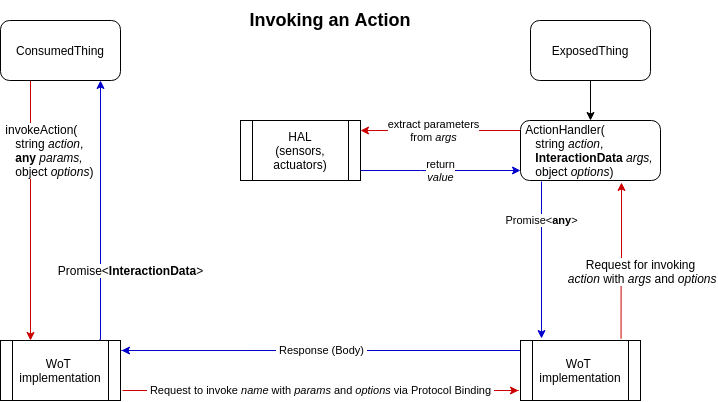
The draw.io diagram images/scripting-action-data.png in w3c/wot-scripting-api, before a commit. Source tidied: cells renumbered, new cells last; positions are measured from the earlier drawing's top-left corner, leaving out a move shared by most shapes.
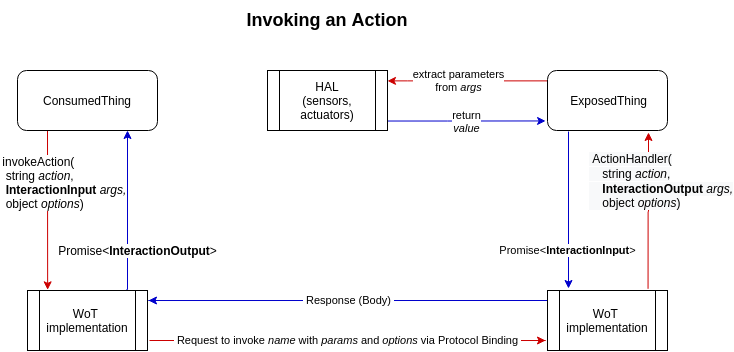
The same file after the commit.

Commit message:
Introduce the InteractionInput type and InteractionOutput interface

The edit, as a diff of the source:
```diff
@@ -2,11 +2,17 @@
   <root>
     <mxCell id="0" />
     <mxCell id="1" parent="0" />
-    <mxCell id="2" value="&lt;font style=&quot;font-size: 12px&quot;&gt;&amp;nbsp;invokeAction(&lt;br&gt;&amp;nbsp; &amp;nbsp; string &lt;i&gt;action&lt;/i&gt;, &lt;br&gt;&lt;b&gt;&amp;nbsp; &amp;nbsp; any &lt;/b&gt;&lt;i&gt;params,&lt;br&gt;&lt;/i&gt;&amp;nbsp; &amp;nbsp; object &lt;i&gt;options&lt;/i&gt;)&lt;/font&gt;" style="edgeStyle=orthogonalEdgeStyle;rounded=0;jettySize=auto;html=1;exitX=0.25;exitY=1;exitDx=0;exitDy=0;strokeColor=#CC0000;entryX=0.25;entryY=0;entryDx=0;entryDy=0;align=left;" parent="1" edge="1" source="3" target="6">
-      <mxGeometry x="-0.46" y="-30" relative="1" as="geometry" />
+    <mxCell id="2" value="&lt;font style=&quot;font-size: 12px&quot;&gt;&amp;nbsp;invokeAction(&lt;br&gt;&amp;nbsp; string &lt;i&gt;action&lt;/i&gt;, &lt;br&gt;&lt;b&gt;&amp;nbsp; InteractionInput&amp;nbsp;&lt;/b&gt;&lt;i&gt;args,&lt;br&gt;&lt;/i&gt;&amp;nbsp; object &lt;i&gt;options&lt;/i&gt;)&lt;/font&gt;" style="edgeStyle=orthogonalEdgeStyle;rounded=0;jettySize=auto;html=1;strokeColor=#CC0000;entryX=0.168;entryY=-0.011;entryDx=0;entryDy=0;align=left;entryPerimeter=0;" parent="1" edge="1" target="6">
+      <mxGeometry x="0.03" y="-59" relative="1" as="geometry">
+        <mxPoint x="20" y="180" as="sourcePoint" />
+        <Array as="points">
+          <mxPoint x="20" y="180" />
+        </Array>
+        <mxPoint x="9" y="-30" as="offset" />
+      </mxGeometry>
     </mxCell>
     <mxCell id="3" value="ConsumedThing" style="rounded=1;whiteSpace=wrap;html=1;" parent="1" vertex="1">
-      <mxGeometry y="20" width="120" height="60" as="geometry" />
+      <mxGeometry x="-10" y="120" width="140" height="60" as="geometry" />
     </mxCell>
     <mxCell id="4" value="&amp;nbsp;Request to invoke &lt;i&gt;name&lt;/i&gt; with &lt;i&gt;params&lt;/i&gt;&amp;nbsp;and &lt;i&gt;options&lt;/i&gt; via Protocol Binding&amp;nbsp;" style="edgeStyle=orthogonalEdgeStyle;rounded=0;orthogonalLoop=1;jettySize=auto;html=1;strokeColor=#CC0000;" parent="1" edge="1">
       <mxGeometry relative="1" as="geometry">
@@ -18,9 +24,9 @@
         </Array>
       </mxGeometry>
     </mxCell>
-    <mxCell id="5" value="&lt;font style=&quot;font-size: 12px&quot;&gt;&amp;nbsp;Promise&amp;lt;&lt;b&gt;InteractionData&lt;/b&gt;&amp;gt;&amp;nbsp;&lt;/font&gt;" style="edgeStyle=orthogonalEdgeStyle;rounded=0;jettySize=auto;html=1;exitX=0.825;exitY=-0.017;exitDx=0;exitDy=0;exitPerimeter=0;strokeColor=#0000CC;" parent="1" edge="1" source="6">
-      <mxGeometry x="-0.46" y="-30" relative="1" as="geometry">
-        <mxPoint x="100" y="80" as="targetPoint" />
+    <mxCell id="5" value="&lt;font style=&quot;font-size: 12px&quot;&gt;&amp;nbsp;Promise&amp;lt;&lt;b&gt;InteractionOutput&lt;/b&gt;&amp;gt;&amp;nbsp;&lt;/font&gt;" style="edgeStyle=orthogonalEdgeStyle;rounded=0;jettySize=auto;html=1;exitX=0.825;exitY=-0.017;exitDx=0;exitDy=0;exitPerimeter=0;strokeColor=#0000CC;" parent="1" edge="1" source="6">
+      <mxGeometry x="-0.5" y="-10" relative="1" as="geometry">
+        <mxPoint x="100" y="180" as="targetPoint" />
         <Array as="points">
           <mxPoint x="100" y="339" />
         </Array>
@@ -29,16 +35,9 @@
     <mxCell id="6" value="WoT &lt;br&gt;implementation" style="shape=process;whiteSpace=wrap;html=1;backgroundOutline=1;" parent="1" vertex="1">
       <mxGeometry y="340" width="120" height="60" as="geometry" />
     </mxCell>
-    <mxCell id="7" style="edgeStyle=orthogonalEdgeStyle;rounded=0;jettySize=auto;html=1;exitX=0.5;exitY=1;exitDx=0;exitDy=0;entryX=0.5;entryY=0;entryDx=0;entryDy=0;" parent="1" edge="1" source="8" target="13">
-      <mxGeometry relative="1" as="geometry" />
-    </mxCell>
-    <mxCell id="8" value="ExposedThing" style="rounded=1;whiteSpace=wrap;html=1;" parent="1" vertex="1">
-      <mxGeometry x="530" y="20" width="120" height="60" as="geometry" />
-    </mxCell>
-    <mxCell id="9" value="&lt;font style=&quot;font-size: 12px&quot;&gt;&amp;nbsp;Request for invoking&amp;nbsp;&lt;br&gt;&amp;nbsp;&lt;i&gt;action&lt;/i&gt; with &lt;i&gt;args&lt;/i&gt;&amp;nbsp;and &lt;i&gt;options&lt;/i&gt;&lt;/font&gt;" style="edgeStyle=orthogonalEdgeStyle;rounded=0;jettySize=auto;html=1;exitX=0.838;exitY=-0.028;exitDx=0;exitDy=0;strokeColor=#CC0000;exitPerimeter=0;" parent="1" edge="1" source="11">
-      <mxGeometry x="-0.01" y="-21" relative="1" as="geometry">
+    <mxCell id="9" value="&lt;span style=&quot;font-size: 12px ; background-color: rgb(248 , 249 , 250)&quot;&gt;&amp;nbsp;ActionHandler(&lt;/span&gt;&lt;br style=&quot;font-size: 12px ; background-color: rgb(248 , 249 , 250)&quot;&gt;&lt;span style=&quot;font-size: 12px ; background-color: rgb(248 , 249 , 250)&quot;&gt;&amp;nbsp; &amp;nbsp; string&amp;nbsp;&lt;/span&gt;&lt;i style=&quot;font-size: 12px ; background-color: rgb(248 , 249 , 250)&quot;&gt;action&lt;/i&gt;&lt;span style=&quot;font-size: 12px ; background-color: rgb(248 , 249 , 250)&quot;&gt;,&lt;/span&gt;&lt;br style=&quot;font-size: 12px ; background-color: rgb(248 , 249 , 250)&quot;&gt;&lt;b style=&quot;font-size: 12px ; background-color: rgb(248 , 249 , 250)&quot;&gt;&amp;nbsp; &amp;nbsp; InteractionOutput&lt;/b&gt;&lt;span style=&quot;font-size: 12px ; background-color: rgb(248 , 249 , 250)&quot;&gt;&amp;nbsp;&lt;/span&gt;&lt;i style=&quot;font-size: 12px ; background-color: rgb(248 , 249 , 250)&quot;&gt;args,&lt;br&gt;&lt;/i&gt;&lt;span style=&quot;font-size: 12px ; background-color: rgb(248 , 249 , 250)&quot;&gt;&amp;nbsp; &amp;nbsp; object&amp;nbsp;&lt;/span&gt;&lt;i style=&quot;font-size: 12px ; background-color: rgb(248 , 249 , 250)&quot;&gt;options&lt;/i&gt;&lt;span style=&quot;font-size: 12px ; background-color: rgb(248 , 249 , 250)&quot;&gt;)&lt;/span&gt;" style="edgeStyle=orthogonalEdgeStyle;rounded=0;jettySize=auto;html=1;exitX=0.838;exitY=-0.028;exitDx=0;exitDy=0;strokeColor=#CC0000;exitPerimeter=0;align=left;" parent="1" edge="1" source="11">
+      <mxGeometry x="0.39" y="61" relative="1" as="geometry">
         <mxPoint x="621" y="182" as="targetPoint" />
-        <mxPoint x="-2" y="10" as="offset" />
       </mxGeometry>
     </mxCell>
     <mxCell id="10" value="&amp;nbsp;Response (Body)&amp;nbsp;" style="edgeStyle=orthogonalEdgeStyle;rounded=0;orthogonalLoop=1;jettySize=auto;html=1;strokeColor=#0000CC;" parent="1" edge="1">
@@ -54,21 +53,20 @@
     <mxCell id="11" value="WoT &lt;br&gt;implementation" style="shape=process;whiteSpace=wrap;html=1;backgroundOutline=1;" parent="1" vertex="1">
       <mxGeometry x="520" y="340" width="120" height="60" as="geometry" />
     </mxCell>
-    <mxCell id="12" value="extract parameters&lt;br&gt;from&amp;nbsp;&lt;i&gt;args&lt;/i&gt;" style="edgeStyle=orthogonalEdgeStyle;rounded=0;jettySize=auto;html=1;exitX=0;exitY=0.25;exitDx=0;exitDy=0;strokeColor=#CC0000;" parent="1" edge="1" source="13" target="15">
+    <mxCell id="12" value="extract parameters&lt;br&gt;from&amp;nbsp;&lt;i&gt;args&lt;/i&gt;" style="edgeStyle=orthogonalEdgeStyle;rounded=0;jettySize=auto;html=1;strokeColor=#CC0000;exitX=0.002;exitY=0.173;exitDx=0;exitDy=0;exitPerimeter=0;" parent="1" edge="1" source="13" target="15">
       <mxGeometry x="0.11" relative="1" as="geometry">
         <Array as="points">
-          <mxPoint x="520" y="130" />
+          <mxPoint x="380" y="130" />
+          <mxPoint x="380" y="130" />
         </Array>
       </mxGeometry>
     </mxCell>
-    <mxCell id="13" value="&amp;nbsp;ActionHandler(&lt;br&gt;&amp;nbsp; &amp;nbsp; string &lt;i&gt;action&lt;/i&gt;,&lt;br&gt;&lt;b&gt;&amp;nbsp; &amp;nbsp; InteractionData&lt;/b&gt; &lt;i&gt;args,&lt;br&gt;&lt;/i&gt;&amp;nbsp; &amp;nbsp; object &lt;i&gt;options&lt;/i&gt;)" style="rounded=1;whiteSpace=wrap;html=1;align=left;" parent="1" vertex="1">
-      <mxGeometry x="520" y="120" width="140" height="60" as="geometry" />
+    <mxCell id="13" value="&amp;nbsp;ExposedThing" style="rounded=1;whiteSpace=wrap;html=1;align=center;" parent="1" vertex="1">
+      <mxGeometry x="520" y="120" width="120" height="60" as="geometry" />
     </mxCell>
-    <mxCell id="14" value="return&lt;br&gt;&lt;i&gt;value&lt;/i&gt;" style="edgeStyle=orthogonalEdgeStyle;rounded=0;jettySize=auto;html=1;strokeColor=#0000CC;" parent="1" edge="1" source="15">
+    <mxCell id="14" value="return&lt;br&gt;&lt;i&gt;value&lt;/i&gt;" style="edgeStyle=orthogonalEdgeStyle;rounded=0;jettySize=auto;html=1;strokeColor=#0000CC;entryX=-0.016;entryY=0.841;entryDx=0;entryDy=0;entryPerimeter=0;" parent="1" edge="1" source="15" target="13">
       <mxGeometry relative="1" as="geometry">
-        <mxPoint x="520" y="170" as="targetPoint" />
         <Array as="points">
-          <mxPoint x="420" y="170" />
           <mxPoint x="420" y="170" />
         </Array>
       </mxGeometry>
@@ -82,13 +80,13 @@
         <mxPoint x="541" y="338" as="targetPoint" />
       </mxGeometry>
     </mxCell>
-    <mxCell id="17" value="Promise&amp;lt;&lt;b&gt;any&lt;/b&gt;&amp;gt;" style="edgeLabel;html=1;align=center;verticalAlign=middle;" parent="16" vertex="1">
+    <mxCell id="17" value="Promise&amp;lt;&lt;b&gt;InteractionInput&lt;/b&gt;&amp;gt;" style="edgeLabel;html=1;align=center;verticalAlign=middle;" parent="16" vertex="1">
       <mxGeometry x="-0.7" relative="1" as="geometry">
-        <mxPoint y="15.6" as="offset" />
+        <mxPoint x="-1" y="95.2" as="offset" />
       </mxGeometry>
     </mxCell>
     <mxCell id="18" value="&lt;font style=&quot;font-size: 18px&quot;&gt;&lt;b&gt;Invoking an Action&lt;/b&gt;&lt;/font&gt;" style="text;html=1;strokeColor=none;fillColor=none;align=center;verticalAlign=middle;whiteSpace=wrap;rounded=0;" parent="1" vertex="1">
-      <mxGeometry x="240" width="180" height="40" as="geometry" />
+      <mxGeometry x="210" y="50" width="180" height="40" as="geometry" />
     </mxCell>
   </root>
 </mxGraphModel>
```
